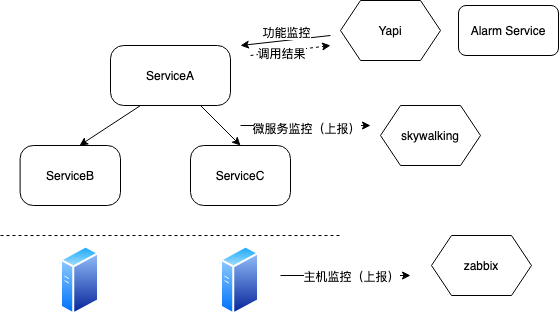
Earlier version of the draw.io export 监控体系.png (edhn3000/document). Source tidied: cells renumbered, new cells last; positions are measured from the earlier drawing's top-left corner, leaving out a move shared by most shapes. Its diagram source:
```xml
<mxGraphModel>
  <root>
    <mxCell id="0" />
    <mxCell id="1" parent="0" />
    <mxCell id="2" style="perimeter=ellipsePerimeter;html=1;align=center;shadow=0;dashed=0;spacingTop=3;image;image=img/lib/active_directory/generic_server.svg;" parent="1" vertex="1">
      <mxGeometry x="60" y="245" width="39.2" height="70" as="geometry" />
    </mxCell>
    <mxCell id="3" value="ServiceB" style="rounded=1;whiteSpace=wrap;html=1;arcSize=22;" parent="1" vertex="1">
      <mxGeometry x="19.6" y="145" width="100.4" height="60" as="geometry" />
    </mxCell>
    <mxCell id="4" style="perimeter=ellipsePerimeter;html=1;align=center;shadow=0;dashed=0;spacingTop=3;image;image=img/lib/active_directory/generic_server.svg;" parent="1" vertex="1">
      <mxGeometry x="220" y="245" width="39.2" height="70" as="geometry" />
    </mxCell>
    <mxCell id="5" value="ServiceC" style="rounded=1;whiteSpace=wrap;html=1;arcSize=22;" parent="1" vertex="1">
      <mxGeometry x="190" y="145" width="100" height="60" as="geometry" />
    </mxCell>
    <mxCell id="6" style="rounded=0;jettySize=auto;html=1;exitX=0.25;exitY=1;exitDx=0;exitDy=0;entryX=0.592;entryY=0;entryDx=0;entryDy=0;entryPerimeter=0;" parent="1" edge="1" source="8" target="3">
      <mxGeometry relative="1" as="geometry" />
    </mxCell>
    <mxCell id="7" style="rounded=0;jettySize=auto;html=1;exitX=0.75;exitY=1;exitDx=0;exitDy=0;entryX=0.5;entryY=0;entryDx=0;entryDy=0;" parent="1" edge="1" source="8" target="5">
      <mxGeometry relative="1" as="geometry" />
    </mxCell>
    <mxCell id="8" value="ServiceA" style="rounded=1;whiteSpace=wrap;html=1;arcSize=22;" parent="1" vertex="1">
      <mxGeometry x="110" y="45" width="120" height="60" as="geometry" />
    </mxCell>
    <mxCell id="9" style="endArrow=none;dashed=1;html=1;" parent="1" edge="1">
      <mxGeometry relative="1" as="geometry">
        <mxPoint y="235" as="sourcePoint" />
        <mxPoint x="340" y="235" as="targetPoint" />
      </mxGeometry>
    </mxCell>
    <mxCell id="10" style="endArrow=classic;html=1;" parent="1" edge="1">
      <mxGeometry relative="1" as="geometry">
        <mxPoint x="280" y="275" as="sourcePoint" />
        <mxPoint x="410" y="275" as="targetPoint" />
      </mxGeometry>
    </mxCell>
    <mxCell id="11" value="主机监控（上报）" style="edgeLabel;html=1;align=center;verticalAlign=middle;" parent="10" vertex="1">
      <mxGeometry x="0.07" relative="1" as="geometry" />
    </mxCell>
    <mxCell id="12" value="zabbix" style="shape=hexagon;perimeter=hexagonPerimeter2;whiteSpace=wrap;html=1;fixedSize=1;" parent="1" vertex="1">
      <mxGeometry x="431" y="235" width="100" height="60" as="geometry" />
    </mxCell>
    <mxCell id="13" value="Yapi" style="shape=hexagon;perimeter=hexagonPerimeter2;whiteSpace=wrap;html=1;fixedSize=1;" parent="1" vertex="1">
      <mxGeometry x="340" width="100" height="60" as="geometry" />
    </mxCell>
    <mxCell id="14" value="skywalking" style="shape=hexagon;perimeter=hexagonPerimeter2;whiteSpace=wrap;html=1;fixedSize=1;" parent="1" vertex="1">
      <mxGeometry x="380" y="105" width="100" height="60" as="geometry" />
    </mxCell>
    <mxCell id="15" style="endArrow=classic;html=1;" parent="1" edge="1">
      <mxGeometry relative="1" as="geometry">
        <mxPoint x="240" y="125" as="sourcePoint" />
        <mxPoint x="370" y="125" as="targetPoint" />
      </mxGeometry>
    </mxCell>
    <mxCell id="16" value="微服务监控（上报）" style="edgeLabel;html=1;align=center;verticalAlign=middle;" parent="15" vertex="1">
      <mxGeometry y="-2" relative="1" as="geometry" />
    </mxCell>
    <mxCell id="17" style="endArrow=classic;html=1;" parent="1" edge="1">
      <mxGeometry relative="1" as="geometry">
        <mxPoint x="330" y="35" as="sourcePoint" />
        <mxPoint x="240" y="45" as="targetPoint" />
      </mxGeometry>
    </mxCell>
    <mxCell id="18" value="功能监控" style="edgeLabel;html=1;align=center;verticalAlign=middle;" parent="17" vertex="1">
      <mxGeometry y="-2" relative="1" as="geometry">
        <mxPoint y="-6" as="offset" />
      </mxGeometry>
    </mxCell>
    <mxCell id="19" value="Alarm Service" style="rounded=1;whiteSpace=wrap;html=1;" parent="1" vertex="1">
      <mxGeometry x="458" y="5" width="100" height="50" as="geometry" />
    </mxCell>
    <mxCell id="20" style="endArrow=classic;html=1;dashed=1;" parent="1" edge="1">
      <mxGeometry relative="1" as="geometry">
        <mxPoint x="250" y="55" as="sourcePoint" />
        <mxPoint x="330" y="45" as="targetPoint" />
      </mxGeometry>
    </mxCell>
    <mxCell id="21" value="调用结果" style="edgeLabel;html=1;align=center;verticalAlign=middle;" parent="20" vertex="1">
      <mxGeometry x="-0.23" y="-1" relative="1" as="geometry" />
    </mxCell>
  </root>
</mxGraphModel>
```
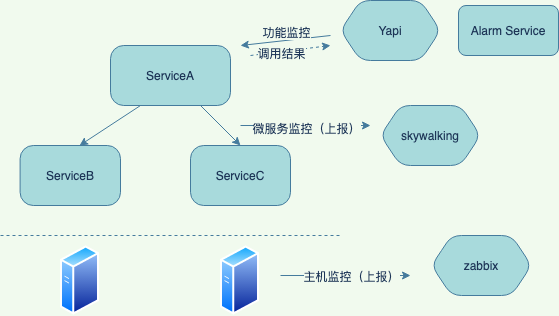
The same diagram one commit later.

Commit message:
已添加 监控体系.png

The edit, as a diff of the source:
```diff
@@ -1,82 +1,82 @@
-<mxGraphModel>
+<mxGraphModel background="#F1FAEE">
   <root>
     <mxCell id="0" />
     <mxCell id="1" parent="0" />
-    <mxCell id="2" style="perimeter=ellipsePerimeter;html=1;align=center;shadow=0;dashed=0;spacingTop=3;image;image=img/lib/active_directory/generic_server.svg;" parent="1" vertex="1">
+    <mxCell id="2" style="perimeter=ellipsePerimeter;html=1;align=center;shadow=0;dashed=0;spacingTop=3;image;image=img/lib/active_directory/generic_server.svg;fillColor=#A8DADC;strokeColor=#457B9D;fontColor=#1D3557;rounded=1;labelBackgroundColor=#F1FAEE;" parent="1" vertex="1">
       <mxGeometry x="60" y="245" width="39.2" height="70" as="geometry" />
     </mxCell>
-    <mxCell id="3" value="ServiceB" style="rounded=1;whiteSpace=wrap;html=1;arcSize=22;" parent="1" vertex="1">
+    <mxCell id="3" value="ServiceB" style="whiteSpace=wrap;html=1;arcSize=22;fillColor=#A8DADC;strokeColor=#457B9D;fontColor=#1D3557;rounded=1;" parent="1" vertex="1">
       <mxGeometry x="19.6" y="145" width="100.4" height="60" as="geometry" />
     </mxCell>
-    <mxCell id="4" style="perimeter=ellipsePerimeter;html=1;align=center;shadow=0;dashed=0;spacingTop=3;image;image=img/lib/active_directory/generic_server.svg;" parent="1" vertex="1">
+    <mxCell id="4" style="perimeter=ellipsePerimeter;html=1;align=center;shadow=0;dashed=0;spacingTop=3;image;image=img/lib/active_directory/generic_server.svg;fillColor=#A8DADC;strokeColor=#457B9D;fontColor=#1D3557;rounded=1;labelBackgroundColor=#F1FAEE;" parent="1" vertex="1">
       <mxGeometry x="220" y="245" width="39.2" height="70" as="geometry" />
     </mxCell>
-    <mxCell id="5" value="ServiceC" style="rounded=1;whiteSpace=wrap;html=1;arcSize=22;" parent="1" vertex="1">
+    <mxCell id="5" value="ServiceC" style="whiteSpace=wrap;html=1;arcSize=22;fillColor=#A8DADC;strokeColor=#457B9D;fontColor=#1D3557;rounded=1;" parent="1" vertex="1">
       <mxGeometry x="190" y="145" width="100" height="60" as="geometry" />
     </mxCell>
-    <mxCell id="6" style="rounded=0;jettySize=auto;html=1;exitX=0.25;exitY=1;exitDx=0;exitDy=0;entryX=0.592;entryY=0;entryDx=0;entryDy=0;entryPerimeter=0;" parent="1" edge="1" source="8" target="3">
+    <mxCell id="6" style="jettySize=auto;html=1;exitX=0.25;exitY=1;exitDx=0;exitDy=0;entryX=0.592;entryY=0;entryDx=0;entryDy=0;entryPerimeter=0;strokeColor=#457B9D;fontColor=#1D3557;labelBackgroundColor=#F1FAEE;" parent="1" edge="1" source="8" target="3">
       <mxGeometry relative="1" as="geometry" />
     </mxCell>
-    <mxCell id="7" style="rounded=0;jettySize=auto;html=1;exitX=0.75;exitY=1;exitDx=0;exitDy=0;entryX=0.5;entryY=0;entryDx=0;entryDy=0;" parent="1" edge="1" source="8" target="5">
+    <mxCell id="7" style="jettySize=auto;html=1;exitX=0.75;exitY=1;exitDx=0;exitDy=0;entryX=0.5;entryY=0;entryDx=0;entryDy=0;strokeColor=#457B9D;fontColor=#1D3557;labelBackgroundColor=#F1FAEE;" parent="1" edge="1" source="8" target="5">
       <mxGeometry relative="1" as="geometry" />
     </mxCell>
-    <mxCell id="8" value="ServiceA" style="rounded=1;whiteSpace=wrap;html=1;arcSize=22;" parent="1" vertex="1">
+    <mxCell id="8" value="ServiceA" style="whiteSpace=wrap;html=1;arcSize=22;fillColor=#A8DADC;strokeColor=#457B9D;fontColor=#1D3557;rounded=1;" parent="1" vertex="1">
       <mxGeometry x="110" y="45" width="120" height="60" as="geometry" />
     </mxCell>
-    <mxCell id="9" style="endArrow=none;dashed=1;html=1;" parent="1" edge="1">
+    <mxCell id="9" style="endArrow=none;dashed=1;html=1;strokeColor=#457B9D;fontColor=#1D3557;labelBackgroundColor=#F1FAEE;" parent="1" edge="1">
       <mxGeometry relative="1" as="geometry">
         <mxPoint y="235" as="sourcePoint" />
         <mxPoint x="340" y="235" as="targetPoint" />
       </mxGeometry>
     </mxCell>
-    <mxCell id="10" style="endArrow=classic;html=1;" parent="1" edge="1">
+    <mxCell id="10" style="endArrow=classic;html=1;strokeColor=#457B9D;fontColor=#1D3557;labelBackgroundColor=#F1FAEE;" parent="1" edge="1">
       <mxGeometry relative="1" as="geometry">
         <mxPoint x="280" y="275" as="sourcePoint" />
         <mxPoint x="410" y="275" as="targetPoint" />
       </mxGeometry>
     </mxCell>
-    <mxCell id="11" value="主机监控（上报）" style="edgeLabel;html=1;align=center;verticalAlign=middle;" parent="10" vertex="1">
+    <mxCell id="11" value="主机监控（上报）" style="edgeLabel;html=1;align=center;verticalAlign=middle;fontColor=#1D3557;rounded=1;labelBackgroundColor=#F1FAEE;" parent="10" vertex="1">
       <mxGeometry x="0.07" relative="1" as="geometry" />
     </mxCell>
-    <mxCell id="12" value="zabbix" style="shape=hexagon;perimeter=hexagonPerimeter2;whiteSpace=wrap;html=1;fixedSize=1;" parent="1" vertex="1">
+    <mxCell id="12" value="zabbix" style="shape=hexagon;perimeter=hexagonPerimeter2;whiteSpace=wrap;html=1;fixedSize=1;fillColor=#A8DADC;strokeColor=#457B9D;fontColor=#1D3557;rounded=1;" parent="1" vertex="1">
       <mxGeometry x="431" y="235" width="100" height="60" as="geometry" />
     </mxCell>
-    <mxCell id="13" value="Yapi" style="shape=hexagon;perimeter=hexagonPerimeter2;whiteSpace=wrap;html=1;fixedSize=1;" parent="1" vertex="1">
+    <mxCell id="13" value="Yapi" style="shape=hexagon;perimeter=hexagonPerimeter2;whiteSpace=wrap;html=1;fixedSize=1;fillColor=#A8DADC;strokeColor=#457B9D;fontColor=#1D3557;rounded=1;" parent="1" vertex="1">
       <mxGeometry x="340" width="100" height="60" as="geometry" />
     </mxCell>
-    <mxCell id="14" value="skywalking" style="shape=hexagon;perimeter=hexagonPerimeter2;whiteSpace=wrap;html=1;fixedSize=1;" parent="1" vertex="1">
+    <mxCell id="14" value="skywalking" style="shape=hexagon;perimeter=hexagonPerimeter2;whiteSpace=wrap;html=1;fixedSize=1;fillColor=#A8DADC;strokeColor=#457B9D;fontColor=#1D3557;rounded=1;" parent="1" vertex="1">
       <mxGeometry x="380" y="105" width="100" height="60" as="geometry" />
     </mxCell>
-    <mxCell id="15" style="endArrow=classic;html=1;" parent="1" edge="1">
+    <mxCell id="15" style="endArrow=classic;html=1;strokeColor=#457B9D;fontColor=#1D3557;labelBackgroundColor=#F1FAEE;" parent="1" edge="1">
       <mxGeometry relative="1" as="geometry">
         <mxPoint x="240" y="125" as="sourcePoint" />
         <mxPoint x="370" y="125" as="targetPoint" />
       </mxGeometry>
     </mxCell>
-    <mxCell id="16" value="微服务监控（上报）" style="edgeLabel;html=1;align=center;verticalAlign=middle;" parent="15" vertex="1">
+    <mxCell id="16" value="微服务监控（上报）" style="edgeLabel;html=1;align=center;verticalAlign=middle;fontColor=#1D3557;rounded=1;labelBackgroundColor=#F1FAEE;" parent="15" vertex="1">
       <mxGeometry y="-2" relative="1" as="geometry" />
     </mxCell>
-    <mxCell id="17" style="endArrow=classic;html=1;" parent="1" edge="1">
+    <mxCell id="17" style="endArrow=classic;html=1;strokeColor=#457B9D;fontColor=#1D3557;labelBackgroundColor=#F1FAEE;" parent="1" edge="1">
       <mxGeometry relative="1" as="geometry">
         <mxPoint x="330" y="35" as="sourcePoint" />
         <mxPoint x="240" y="45" as="targetPoint" />
       </mxGeometry>
     </mxCell>
-    <mxCell id="18" value="功能监控" style="edgeLabel;html=1;align=center;verticalAlign=middle;" parent="17" vertex="1">
+    <mxCell id="18" value="功能监控" style="edgeLabel;html=1;align=center;verticalAlign=middle;fontColor=#1D3557;rounded=1;labelBackgroundColor=#F1FAEE;" parent="17" vertex="1">
       <mxGeometry y="-2" relative="1" as="geometry">
         <mxPoint y="-6" as="offset" />
       </mxGeometry>
     </mxCell>
-    <mxCell id="19" value="Alarm Service" style="rounded=1;whiteSpace=wrap;html=1;" parent="1" vertex="1">
+    <mxCell id="19" value="Alarm Service" style="whiteSpace=wrap;html=1;fillColor=#A8DADC;strokeColor=#457B9D;fontColor=#1D3557;rounded=1;" parent="1" vertex="1">
       <mxGeometry x="458" y="5" width="100" height="50" as="geometry" />
     </mxCell>
-    <mxCell id="20" style="endArrow=classic;html=1;dashed=1;" parent="1" edge="1">
+    <mxCell id="20" style="endArrow=classic;html=1;dashed=1;strokeColor=#457B9D;fontColor=#1D3557;labelBackgroundColor=#F1FAEE;" parent="1" edge="1">
       <mxGeometry relative="1" as="geometry">
         <mxPoint x="250" y="55" as="sourcePoint" />
         <mxPoint x="330" y="45" as="targetPoint" />
       </mxGeometry>
     </mxCell>
-    <mxCell id="21" value="调用结果" style="edgeLabel;html=1;align=center;verticalAlign=middle;" parent="20" vertex="1">
+    <mxCell id="21" value="调用结果" style="edgeLabel;html=1;align=center;verticalAlign=middle;fontColor=#1D3557;rounded=1;labelBackgroundColor=#F1FAEE;" parent="20" vertex="1">
       <mxGeometry x="-0.23" y="-1" relative="1" as="geometry" />
     </mxCell>
   </root>
```
